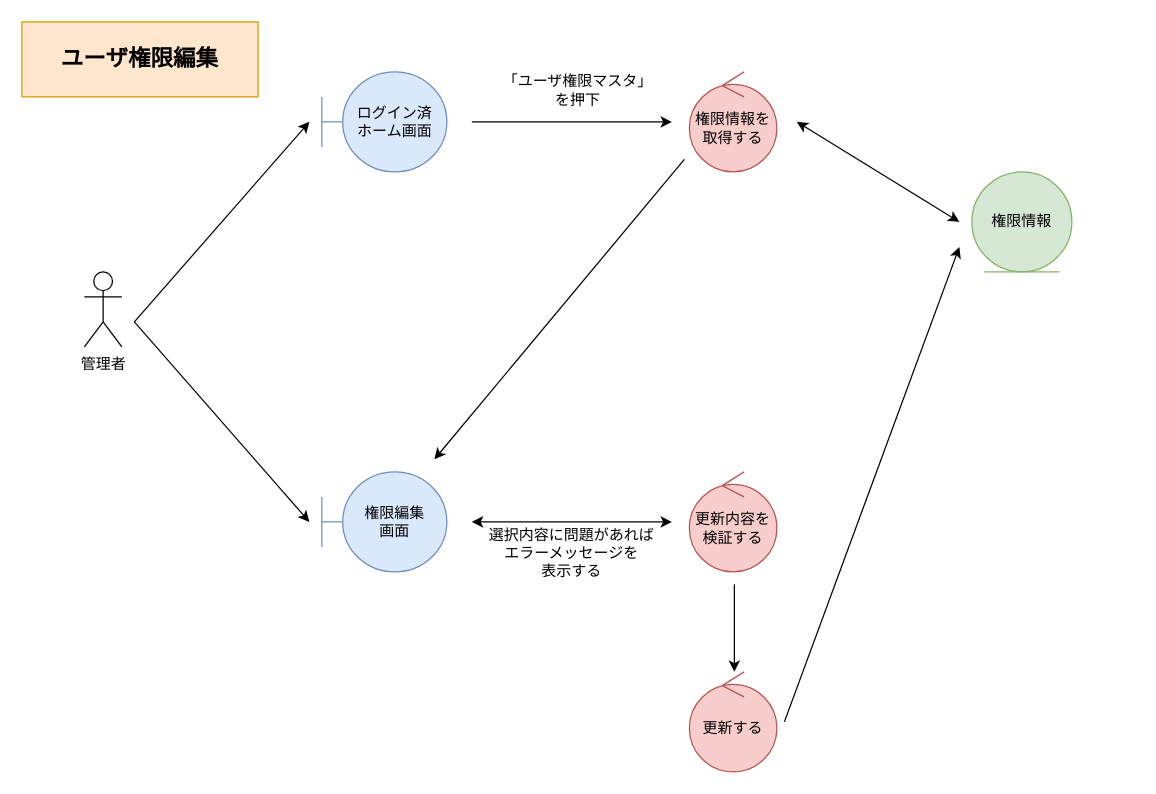
HaruShim/Sotuken keeps this draw.io diagram as 各種設計書/3ロバストネス図/マスタ管理/3.ユーザ権限マスタ.drawio. Above is the earlier version. Source tidied: cells renumbered, new cells numbered last; positions are measured from the earlier drawing's top-left corner, leaving out a move shared by most shapes. Both pictures are drawn from the tidied source at 125%, with x=0, y=0 at pixel (21, 21).
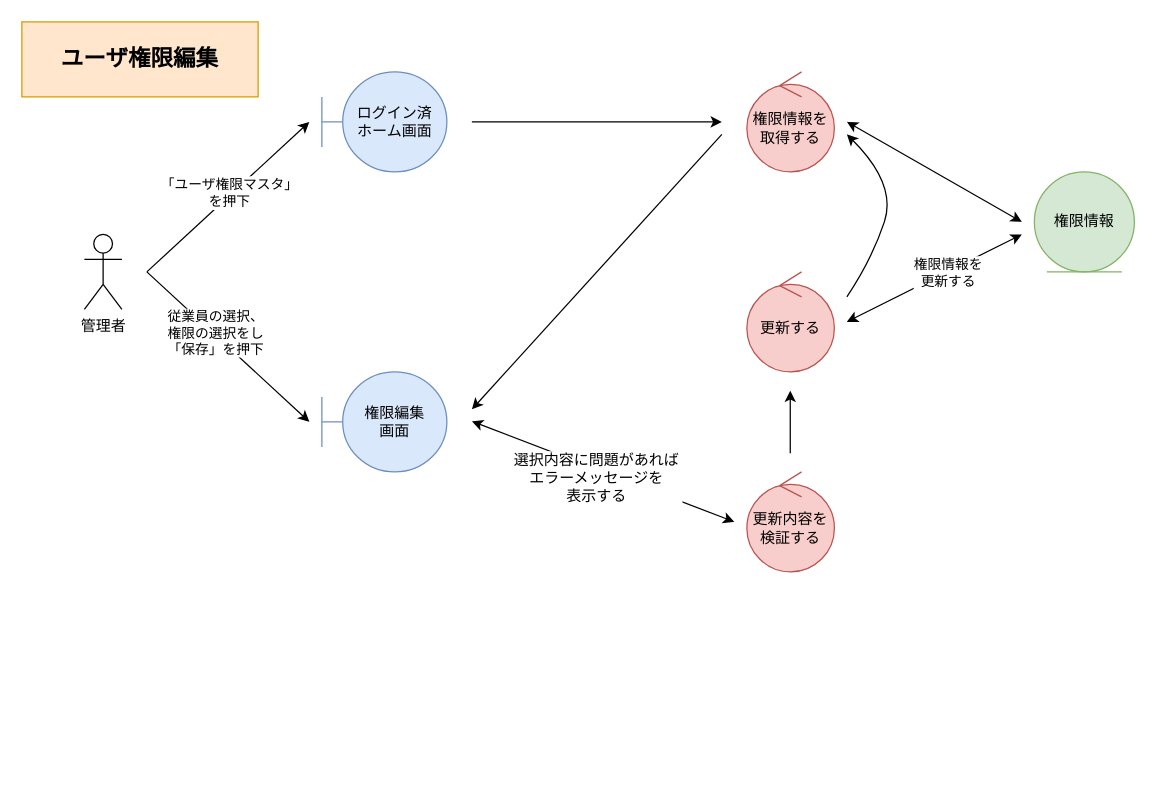
Above is the later version.

Diff of the diagram source:
```diff
@@
     <mxCell id="2" value="管理者" style="shape=umlActor;verticalLabelPosition=bottom;verticalAlign=top;html=1;" parent="1" vertex="1">
-      <mxGeometry x="50" y="200" width="30" height="60" as="geometry" />
+      <mxGeometry x="50" y="170" width="30" height="60" as="geometry" />
     </mxCell>
@@
     <mxCell id="4" value="権限編集&lt;br&gt;画面" style="shape=umlBoundary;whiteSpace=wrap;html=1;fillColor=#dae8fc;strokeColor=#6c8ebf;" parent="1" vertex="1">
-      <mxGeometry x="240" y="360" width="100" height="80" as="geometry" />
+      <mxGeometry x="240" y="280" width="100" height="80" as="geometry" />
     </mxCell>
     <mxCell id="5" style="endArrow=classic;html=1;rounded=0;" parent="1" edge="1">
       <mxGeometry relative="1" as="geometry">
-        <mxPoint x="90" y="240" as="sourcePoint" />
+        <mxPoint x="100" y="200" as="sourcePoint" />
         <mxPoint x="230" y="80" as="targetPoint" />
       </mxGeometry>
     </mxCell>
-    <mxCell id="6" value="「ユーザ権限マスタ」を押下" style="text;html=1;strokeColor=none;fillColor=none;align=center;verticalAlign=middle;whiteSpace=wrap;rounded=0;" parent="1" vertex="1">
-      <mxGeometry x="380" y="40" width="130" height="30" as="geometry" />
-    </mxCell>
+    <mxCell id="20" value="「ユーザ権限マスタ」&lt;br&gt;を押下" style="edgeLabel;html=1;align=center;verticalAlign=middle;" parent="5" vertex="1">
+      <mxGeometry x="-0.22" y="1" relative="1" as="geometry">
+        <mxPoint x="15" y="-16" as="offset" />
+      </mxGeometry>
+    </mxCell>
     <mxCell id="7" value="権限情報を取得する" style="ellipse;shape=umlControl;whiteSpace=wrap;html=1;fillColor=#f8cecc;strokeColor=#b85450;" parent="1" vertex="1">
-      <mxGeometry x="534" y="40" width="70" height="80" as="geometry" />
+      <mxGeometry x="580" y="40" width="70" height="80" as="geometry" />
     </mxCell>
     <mxCell id="8" value="更新する" style="ellipse;shape=umlControl;whiteSpace=wrap;html=1;fillColor=#f8cecc;strokeColor=#b85450;" parent="1" vertex="1">
-      <mxGeometry x="534" y="520" width="70" height="80" as="geometry" />
+      <mxGeometry x="580" y="200" width="70" height="80" as="geometry" />
     </mxCell>
     <mxCell id="9" style="endArrow=classic;html=1;rounded=0;" parent="1" edge="1">
       <mxGeometry relative="1" as="geometry">
         <mxPoint x="360" y="80" as="sourcePoint" />
-        <mxPoint x="520" y="80" as="targetPoint" />
+        <mxPoint x="560" y="80" as="targetPoint" />
       </mxGeometry>
     </mxCell>
     <mxCell id="10" value="権限情報" style="ellipse;shape=umlEntity;whiteSpace=wrap;html=1;fillColor=#d5e8d4;strokeColor=#82b366;" parent="1" vertex="1">
-      <mxGeometry x="760" y="120" width="80" height="80" as="geometry" />
+      <mxGeometry x="810" y="120" width="80" height="80" as="geometry" />
     </mxCell>
     <mxCell id="11" style="endArrow=classic;html=1;rounded=0;startArrow=classic;startFill=1;" parent="1" edge="1">
       <mxGeometry relative="1" as="geometry">
-        <mxPoint x="620" y="80" as="sourcePoint" />
-        <mxPoint x="750" y="160" as="targetPoint" />
+        <mxPoint x="660" y="80" as="sourcePoint" />
+        <mxPoint x="800" y="160" as="targetPoint" />
       </mxGeometry>
     </mxCell>
     <mxCell id="12" style="endArrow=classic;html=1;rounded=0;" parent="1" edge="1">
       <mxGeometry relative="1" as="geometry">
-        <mxPoint x="90" y="240" as="sourcePoint" />
-        <mxPoint x="230" y="400" as="targetPoint" />
+        <mxPoint x="100" y="200" as="sourcePoint" />
+        <mxPoint x="230" y="320" as="targetPoint" />
       </mxGeometry>
     </mxCell>
+    <mxCell id="21" value="従業員の選択、&lt;br&gt;権限の選択をし&lt;br&gt;「保存」を押下" style="edgeLabel;html=1;align=center;verticalAlign=middle;" parent="12" vertex="1">
+      <mxGeometry x="-0.18" y="1" relative="1" as="geometry" />
+    </mxCell>
     <mxCell id="13" value="更新内容を検証する" style="ellipse;shape=umlControl;whiteSpace=wrap;html=1;fillColor=#f8cecc;strokeColor=#b85450;" parent="1" vertex="1">
-      <mxGeometry x="534" y="360" width="70" height="80" as="geometry" />
+      <mxGeometry x="580" y="360" width="70" height="80" as="geometry" />
     </mxCell>
     <mxCell id="14" style="endArrow=classic;startArrow=classic;html=1;rounded=0;" parent="1" edge="1">
       <mxGeometry relative="1" as="geometry">
-        <mxPoint x="360" y="400" as="sourcePoint" />
-        <mxPoint x="520" y="400" as="targetPoint" />
+        <mxPoint x="360" y="319.5" as="sourcePoint" />
+        <mxPoint x="570" y="400" as="targetPoint" />
       </mxGeometry>
     </mxCell>
-    <mxCell id="15" style="endArrow=classic;html=1;rounded=0;entryX=0.514;entryY=0;entryDx=0;entryDy=0;entryPerimeter=0;" parent="1" edge="1" target="8">
+    <mxCell id="15" style="endArrow=classic;html=1;rounded=0;" parent="1" edge="1">
       <mxGeometry relative="1" as="geometry">
-        <mxPoint x="570" y="450" as="sourcePoint" />
+        <mxPoint x="614.7" y="345" as="sourcePoint" />
+        <mxPoint x="614.7" y="295" as="targetPoint" />
       </mxGeometry>
     </mxCell>
-    <mxCell id="16" style="endArrow=classic;html=1;rounded=0;" parent="1" edge="1">
+    <mxCell id="16" style="endArrow=classic;html=1;rounded=0;startArrow=classic;startFill=1;" parent="1" edge="1">
       <mxGeometry relative="1" as="geometry">
-        <mxPoint x="610" y="560" as="sourcePoint" />
-        <mxPoint x="750" y="180" as="targetPoint" />
+        <mxPoint x="660" y="240" as="sourcePoint" />
+        <mxPoint x="800" y="170" as="targetPoint" />
       </mxGeometry>
     </mxCell>
+    <mxCell id="22" value="権限情報を&lt;br&gt;更新する" style="edgeLabel;html=1;align=center;verticalAlign=middle;" parent="16" vertex="1">
+      <mxGeometry x="0.15" y="-1" relative="1" as="geometry" />
+    </mxCell>
     <mxCell id="17" style="endArrow=classic;html=1;rounded=0;" parent="1" edge="1">
       <mxGeometry relative="1" as="geometry">
-        <mxPoint x="530" y="110" as="sourcePoint" />
-        <mxPoint x="330" y="350" as="targetPoint" />
+        <mxPoint x="560" y="90" as="sourcePoint" />
+        <mxPoint x="360" y="310" as="targetPoint" />
       </mxGeometry>
     </mxCell>
-    <mxCell id="18" value="選択内容に問題があればエラーメッセージを&lt;br&gt;表示する" style="text;html=1;strokeColor=none;fillColor=none;align=center;verticalAlign=middle;whiteSpace=wrap;rounded=0;" parent="1" vertex="1">
-      <mxGeometry x="370" y="410" width="140" height="30" as="geometry" />
+    <mxCell id="18" value="選択内容に問題があればエラーメッセージを&lt;br&gt;表示する" style="text;html=1;strokeColor=none;fillColor=none;align=center;verticalAlign=middle;whiteSpace=wrap;rounded=0;labelBackgroundColor=default;" parent="1" vertex="1">
+      <mxGeometry x="390" y="350" width="140" height="30" as="geometry" />
     </mxCell>
@@
+    <mxCell id="23" style="curved=1;endArrow=classic;html=1;rounded=0;" parent="1" edge="1">
+      <mxGeometry relative="1" as="geometry">
+        <mxPoint x="660" y="220" as="sourcePoint" />
+        <mxPoint x="660" y="90" as="targetPoint" />
+        <Array as="points">
+          <mxPoint x="680" y="190" />
+          <mxPoint x="700" y="130" />
+        </Array>
+      </mxGeometry>
+    </mxCell>
```
